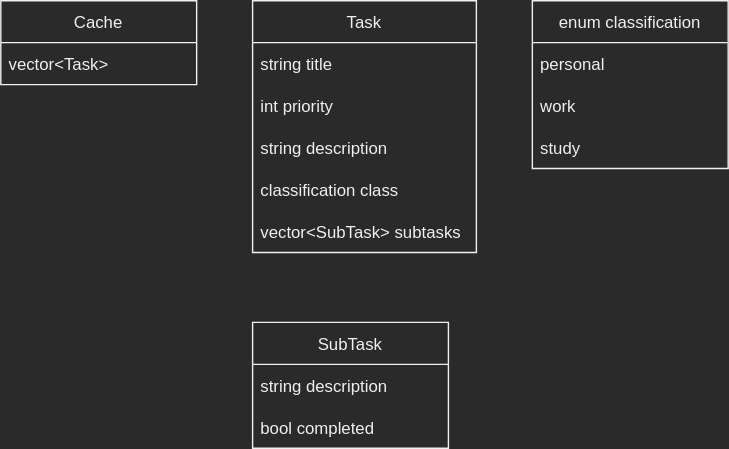
Before: classdiagram.svg, a diagram exported from draw.io (lxyna/task-scheduler). Source tidied: cells renumbered, new cells last; positions are measured from the earlier drawing's top-left corner, leaving out a move shared by most shapes. Source of this version:
```xml
<mxGraphModel>
  <root>
    <mxCell id="0" />
    <mxCell id="1" parent="0" />
    <mxCell id="2" value="Task" style="swimlane;fontStyle=0;horizontal=1;startSize=30;" parent="1" vertex="1">
      <mxGeometry x="180" width="160" height="180" as="geometry" />
    </mxCell>
    <mxCell id="3" value="string title" style="text;strokeColor=none;fillColor=none;align=left;verticalAlign=middle;spacingLeft=4;spacingRight=4;overflow=hidden;" parent="2" vertex="1">
      <mxGeometry y="30" width="160" height="30" as="geometry" />
    </mxCell>
    <mxCell id="4" value="int priority" style="text;strokeColor=none;fillColor=none;align=left;verticalAlign=middle;spacingLeft=4;spacingRight=4;overflow=hidden;" parent="2" vertex="1">
      <mxGeometry y="60" width="160" height="30" as="geometry" />
    </mxCell>
    <mxCell id="5" value="string description" style="text;strokeColor=none;fillColor=none;align=left;verticalAlign=middle;spacingLeft=4;spacingRight=4;overflow=hidden;points=[[0,0.5],[1,0.5]];portConstraint=eastwest;" parent="2" vertex="1">
      <mxGeometry y="90" width="160" height="30" as="geometry" />
    </mxCell>
    <mxCell id="6" value="classification class" style="text;strokeColor=none;fillColor=none;align=left;verticalAlign=middle;spacingLeft=4;spacingRight=4;overflow=hidden;points=[[0,0.5],[1,0.5]];portConstraint=eastwest;" parent="2" vertex="1">
      <mxGeometry y="120" width="160" height="30" as="geometry" />
    </mxCell>
    <mxCell id="7" value="vector&lt;SubTask&gt; subtasks" style="text;strokeColor=none;fillColor=none;align=left;verticalAlign=middle;spacingLeft=4;spacingRight=4;overflow=hidden;" parent="2" vertex="1">
      <mxGeometry y="150" width="160" height="30" as="geometry" />
    </mxCell>
    <mxCell id="8" value="SubTask" style="swimlane;fontStyle=0;horizontal=1;startSize=30;" parent="1" vertex="1">
      <mxGeometry x="180" y="230" width="140" height="90" as="geometry" />
    </mxCell>
    <mxCell id="9" value="string description" style="text;strokeColor=none;fillColor=none;align=left;verticalAlign=middle;spacingLeft=4;spacingRight=4;overflow=hidden;" parent="8" vertex="1">
      <mxGeometry y="30" width="140" height="30" as="geometry" />
    </mxCell>
    <mxCell id="10" value="bool completed" style="text;strokeColor=none;fillColor=none;align=left;verticalAlign=middle;spacingLeft=4;spacingRight=4;overflow=hidden;" parent="8" vertex="1">
      <mxGeometry y="60" width="140" height="30" as="geometry" />
    </mxCell>
    <mxCell id="11" value="Cache" style="swimlane;fontStyle=0;horizontal=1;startSize=30;" parent="1" vertex="1">
      <mxGeometry width="140" height="60" as="geometry" />
    </mxCell>
    <mxCell id="12" value="vector&lt;Task&gt;" style="text;strokeColor=none;fillColor=none;align=left;verticalAlign=middle;spacingLeft=4;spacingRight=4;overflow=hidden;" parent="11" vertex="1">
      <mxGeometry y="30" width="140" height="30" as="geometry" />
    </mxCell>
    <mxCell id="13" value="enum classification" style="swimlane;fontStyle=0;horizontal=1;startSize=30;" parent="1" vertex="1">
      <mxGeometry x="380" width="140" height="120" as="geometry" />
    </mxCell>
    <mxCell id="14" value="personal" style="text;strokeColor=none;fillColor=none;align=left;verticalAlign=middle;spacingLeft=4;spacingRight=4;overflow=hidden;" parent="13" vertex="1">
      <mxGeometry y="30" width="140" height="30" as="geometry" />
    </mxCell>
    <mxCell id="15" value="work" style="text;strokeColor=none;fillColor=none;align=left;verticalAlign=middle;spacingLeft=4;spacingRight=4;overflow=hidden;points=[[0,0.5],[1,0.5]];portConstraint=eastwest;" parent="13" vertex="1">
      <mxGeometry y="60" width="140" height="30" as="geometry" />
    </mxCell>
    <mxCell id="16" value="study" style="text;strokeColor=none;fillColor=none;align=left;verticalAlign=middle;spacingLeft=4;spacingRight=4;overflow=hidden;" parent="13" vertex="1">
      <mxGeometry y="90" width="140" height="30" as="geometry" />
    </mxCell>
  </root>
</mxGraphModel>
```
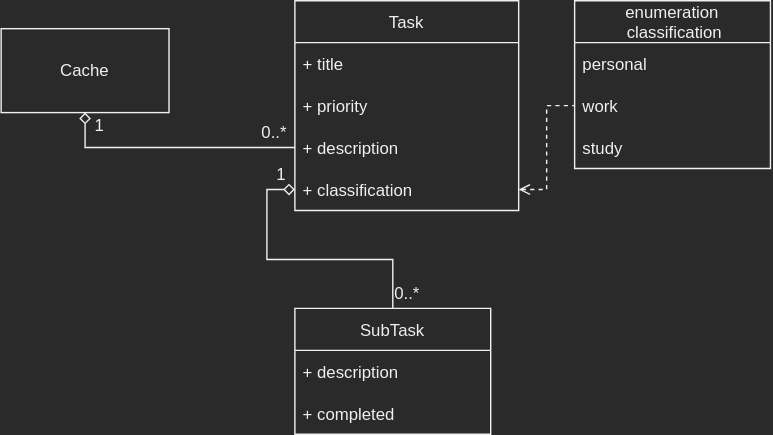
Above is the later version.

Commit message:
Update class diagram to be proper UML

Change to the diagram source:
```diff
@@ -3,39 +3,33 @@
     <mxCell id="0" />
     <mxCell id="1" parent="0" />
     <mxCell id="2" value="Task" style="swimlane;fontStyle=0;horizontal=1;startSize=30;" parent="1" vertex="1">
-      <mxGeometry x="180" width="160" height="180" as="geometry" />
+      <mxGeometry x="180" width="160" height="150" as="geometry" />
     </mxCell>
-    <mxCell id="3" value="string title" style="text;strokeColor=none;fillColor=none;align=left;verticalAlign=middle;spacingLeft=4;spacingRight=4;overflow=hidden;" parent="2" vertex="1">
+    <mxCell id="3" value="+ title" style="text;strokeColor=none;fillColor=none;align=left;verticalAlign=middle;spacingLeft=4;spacingRight=4;overflow=hidden;" parent="2" vertex="1">
       <mxGeometry y="30" width="160" height="30" as="geometry" />
     </mxCell>
-    <mxCell id="4" value="int priority" style="text;strokeColor=none;fillColor=none;align=left;verticalAlign=middle;spacingLeft=4;spacingRight=4;overflow=hidden;" parent="2" vertex="1">
+    <mxCell id="4" value="+ priority" style="text;strokeColor=none;fillColor=none;align=left;verticalAlign=middle;spacingLeft=4;spacingRight=4;overflow=hidden;" parent="2" vertex="1">
       <mxGeometry y="60" width="160" height="30" as="geometry" />
     </mxCell>
-    <mxCell id="5" value="string description" style="text;strokeColor=none;fillColor=none;align=left;verticalAlign=middle;spacingLeft=4;spacingRight=4;overflow=hidden;points=[[0,0.5],[1,0.5]];portConstraint=eastwest;" parent="2" vertex="1">
+    <mxCell id="5" value="+ description" style="text;strokeColor=none;fillColor=none;align=left;verticalAlign=middle;spacingLeft=4;spacingRight=4;overflow=hidden;points=[[0,0.5],[1,0.5]];portConstraint=eastwest;" parent="2" vertex="1">
       <mxGeometry y="90" width="160" height="30" as="geometry" />
     </mxCell>
-    <mxCell id="6" value="classification class" style="text;strokeColor=none;fillColor=none;align=left;verticalAlign=middle;spacingLeft=4;spacingRight=4;overflow=hidden;points=[[0,0.5],[1,0.5]];portConstraint=eastwest;" parent="2" vertex="1">
+    <mxCell id="6" value="+ classification " style="text;strokeColor=none;fillColor=none;align=left;verticalAlign=middle;spacingLeft=4;spacingRight=4;overflow=hidden;points=[[0,0.5],[1,0.5]];portConstraint=eastwest;" parent="2" vertex="1">
       <mxGeometry y="120" width="160" height="30" as="geometry" />
     </mxCell>
-    <mxCell id="7" value="vector&lt;SubTask&gt; subtasks" style="text;strokeColor=none;fillColor=none;align=left;verticalAlign=middle;spacingLeft=4;spacingRight=4;overflow=hidden;" parent="2" vertex="1">
-      <mxGeometry y="150" width="160" height="30" as="geometry" />
-    </mxCell>
+    <mxCell id="17" style="edgeStyle=orthogonalEdgeStyle;rounded=0;jettySize=auto;html=1;startArrow=none;startFill=0;endArrow=diamond;endFill=0;strokeWidth=1;" parent="1" edge="1" source="8" target="6">
+      <mxGeometry relative="1" as="geometry" />
+    </mxCell>
     <mxCell id="8" value="SubTask" style="swimlane;fontStyle=0;horizontal=1;startSize=30;" parent="1" vertex="1">
-      <mxGeometry x="180" y="230" width="140" height="90" as="geometry" />
+      <mxGeometry x="180" y="220" width="140" height="90" as="geometry" />
     </mxCell>
-    <mxCell id="9" value="string description" style="text;strokeColor=none;fillColor=none;align=left;verticalAlign=middle;spacingLeft=4;spacingRight=4;overflow=hidden;" parent="8" vertex="1">
+    <mxCell id="9" value="+ description" style="text;strokeColor=none;fillColor=none;align=left;verticalAlign=middle;spacingLeft=4;spacingRight=4;overflow=hidden;" parent="8" vertex="1">
       <mxGeometry y="30" width="140" height="30" as="geometry" />
     </mxCell>
-    <mxCell id="10" value="bool completed" style="text;strokeColor=none;fillColor=none;align=left;verticalAlign=middle;spacingLeft=4;spacingRight=4;overflow=hidden;" parent="8" vertex="1">
+    <mxCell id="10" value="+ completed" style="text;strokeColor=none;fillColor=none;align=left;verticalAlign=middle;spacingLeft=4;spacingRight=4;overflow=hidden;" parent="8" vertex="1">
       <mxGeometry y="60" width="140" height="30" as="geometry" />
     </mxCell>
-    <mxCell id="11" value="Cache" style="swimlane;fontStyle=0;horizontal=1;startSize=30;" parent="1" vertex="1">
-      <mxGeometry width="140" height="60" as="geometry" />
-    </mxCell>
-    <mxCell id="12" value="vector&lt;Task&gt;" style="text;strokeColor=none;fillColor=none;align=left;verticalAlign=middle;spacingLeft=4;spacingRight=4;overflow=hidden;" parent="11" vertex="1">
-      <mxGeometry y="30" width="140" height="30" as="geometry" />
-    </mxCell>
-    <mxCell id="13" value="enum classification" style="swimlane;fontStyle=0;horizontal=1;startSize=30;" parent="1" vertex="1">
+    <mxCell id="13" value="enumeration&#10; classification" style="swimlane;fontStyle=0;horizontal=1;startSize=30;" parent="1" vertex="1">
       <mxGeometry x="380" width="140" height="120" as="geometry" />
     </mxCell>
     <mxCell id="14" value="personal" style="text;strokeColor=none;fillColor=none;align=left;verticalAlign=middle;spacingLeft=4;spacingRight=4;overflow=hidden;" parent="13" vertex="1">
@@ -47,5 +41,26 @@
     <mxCell id="16" value="study" style="text;strokeColor=none;fillColor=none;align=left;verticalAlign=middle;spacingLeft=4;spacingRight=4;overflow=hidden;" parent="13" vertex="1">
       <mxGeometry y="90" width="140" height="30" as="geometry" />
     </mxCell>
+    <mxCell id="18" style="edgeStyle=orthogonalEdgeStyle;rounded=0;jettySize=auto;html=1;startArrow=open;startFill=0;endArrow=none;endFill=0;entryX=0;entryY=0.5;entryDx=0;entryDy=0;dashed=1;exitX=1;exitY=0.5;exitDx=0;exitDy=0;" parent="1" edge="1" source="6" target="15">
+      <mxGeometry relative="1" as="geometry" />
+    </mxCell>
+    <mxCell id="19" style="edgeStyle=orthogonalEdgeStyle;rounded=0;jettySize=auto;html=1;startArrow=diamond;startFill=0;endArrow=none;endFill=0;strokeWidth=1;" parent="1" edge="1" source="11" target="5">
+      <mxGeometry relative="1" as="geometry" />
+    </mxCell>
+    <mxCell id="11" value="Cache" style="rounded=0;whiteSpace=wrap;html=1;" parent="1" vertex="1">
+      <mxGeometry x="-30" y="20" width="120" height="60" as="geometry" />
+    </mxCell>
+    <mxCell id="20" value="1" style="text;html=1;align=center;verticalAlign=middle;strokeColor=none;fillColor=none;" parent="1" vertex="1">
+      <mxGeometry x="25" y="75" width="30" height="30" as="geometry" />
+    </mxCell>
+    <mxCell id="21" value="0..*" style="text;html=1;align=center;verticalAlign=middle;strokeColor=none;fillColor=none;" parent="1" vertex="1">
+      <mxGeometry x="145" y="80" width="40" height="30" as="geometry" />
+    </mxCell>
+    <mxCell id="22" value="1" style="text;html=1;align=center;verticalAlign=middle;strokeColor=none;fillColor=none;" parent="1" vertex="1">
+      <mxGeometry x="155" y="110" width="30" height="30" as="geometry" />
+    </mxCell>
+    <mxCell id="23" value="0..*" style="text;html=1;align=center;verticalAlign=middle;strokeColor=none;fillColor=none;" parent="1" vertex="1">
+      <mxGeometry x="240" y="195" width="40" height="30" as="geometry" />
+    </mxCell>
   </root>
 </mxGraphModel>
```
